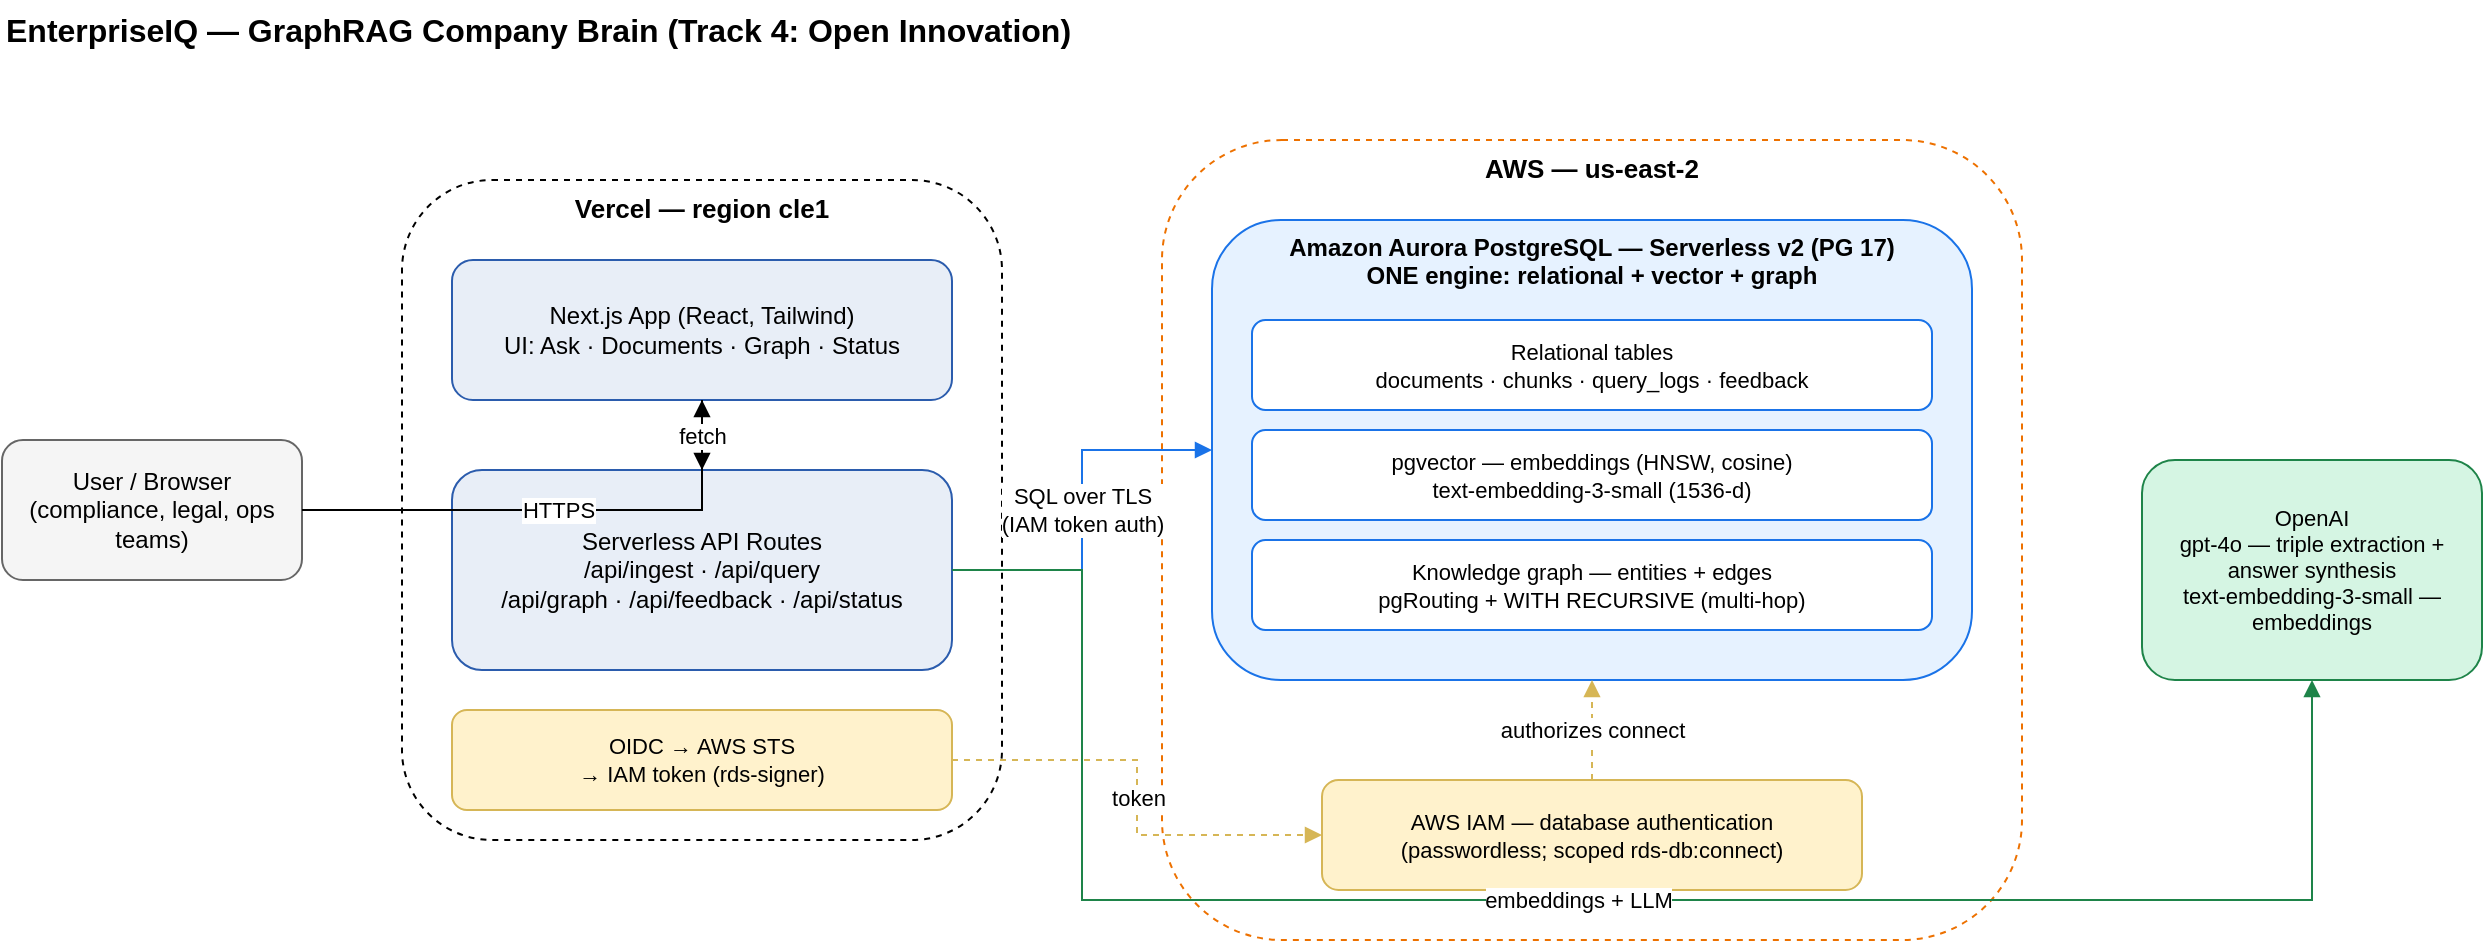
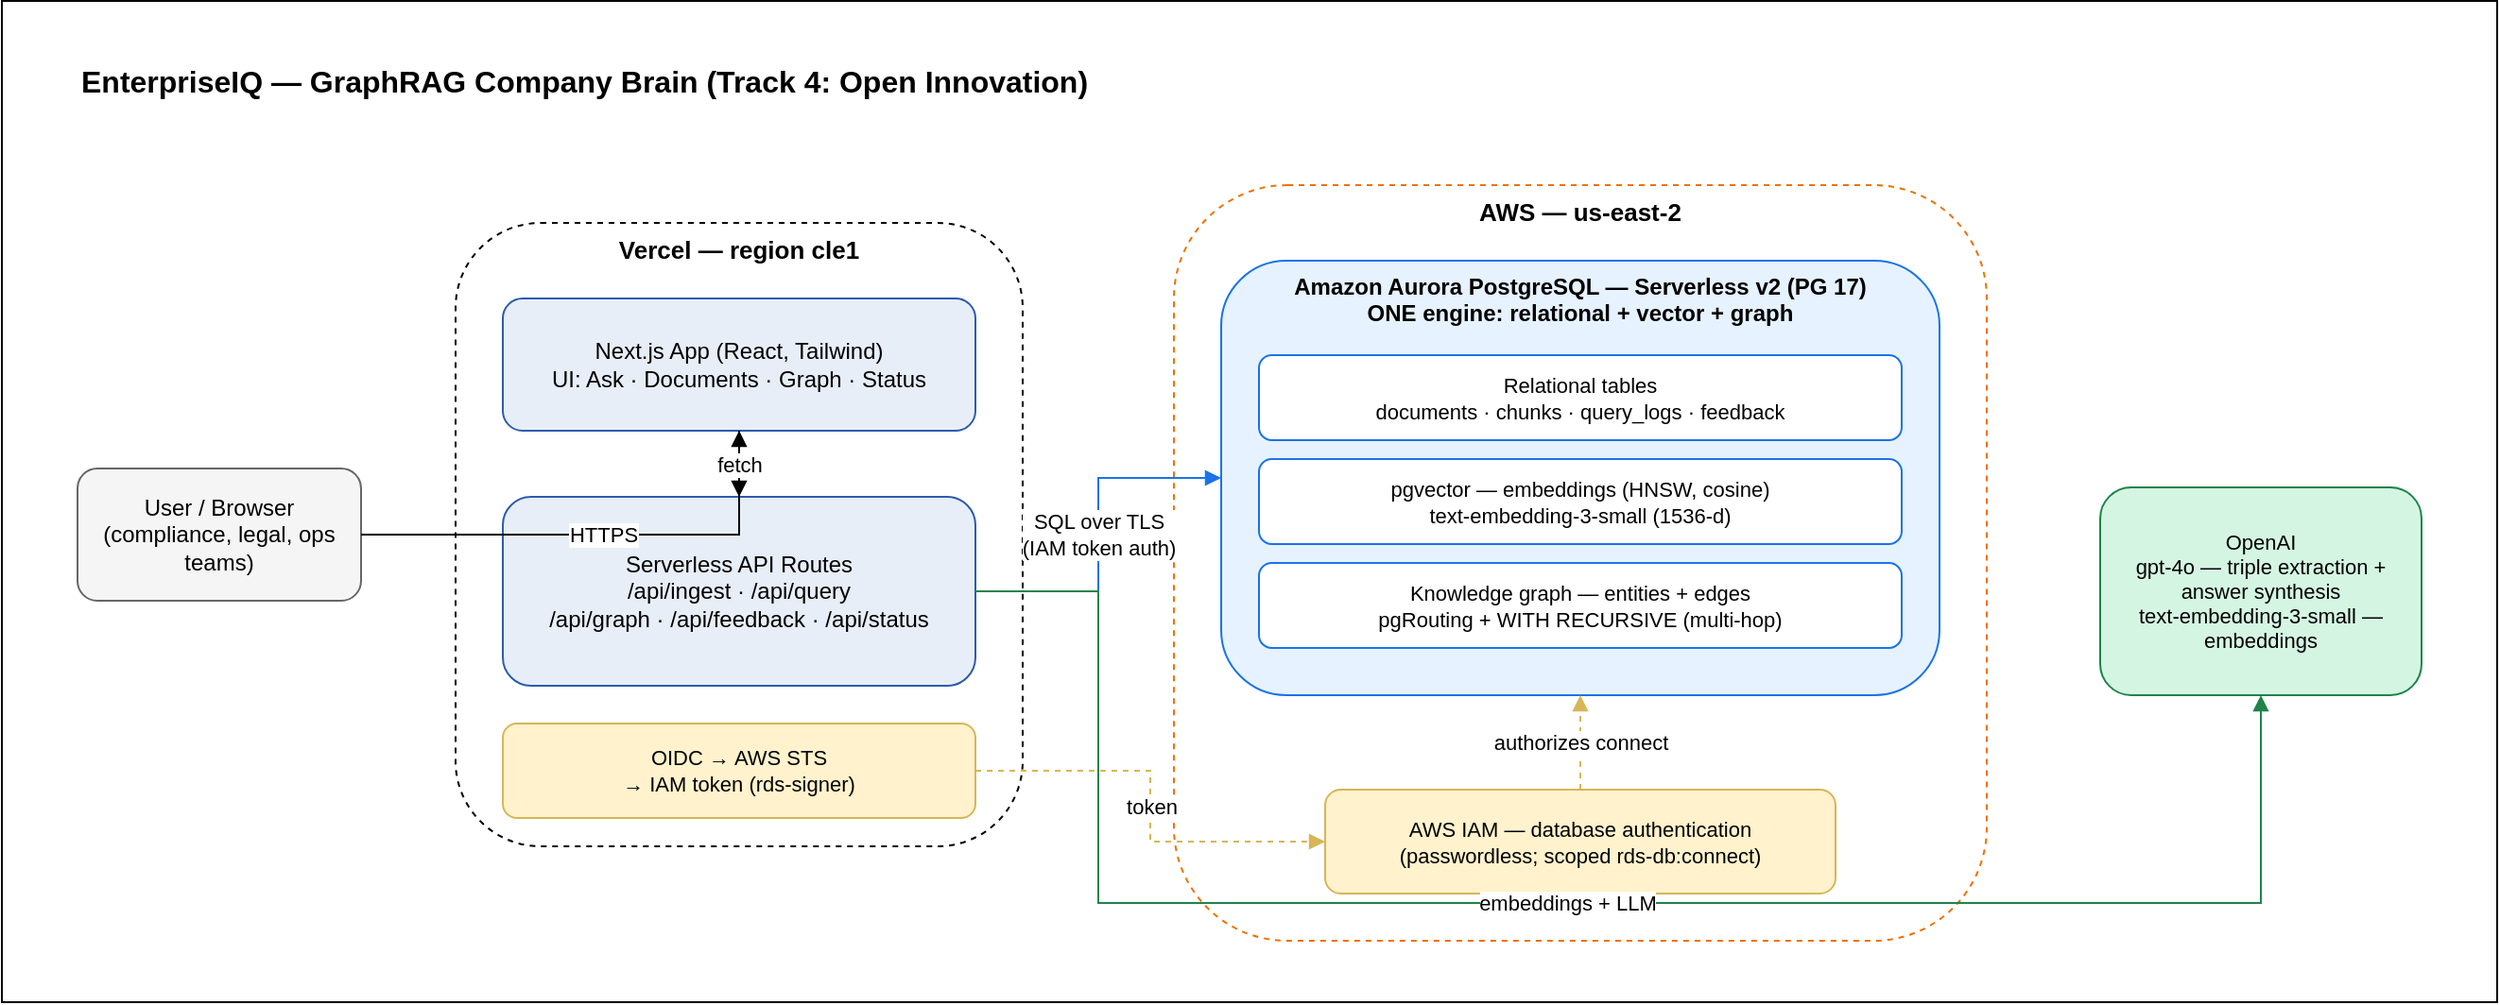
- <mxfile host="app.diagrams.net" type="device">
-   <diagram name="EnterpriseIQ Architecture" id="enterpriseiq-arch">
-     <mxGraphModel dx="1100" dy="700" grid="1" gridSize="10" guides="1" tooltips="1" connect="1" arrows="1" fold="1" page="1" pageScale="1" pageWidth="1300" pageHeight="560" math="0" shadow="0">
-       <root>
-         <mxCell id="0" />
-         <mxCell id="1" parent="0" />
- 
-         <!-- Title -->
-         <mxCell id="title" value="EnterpriseIQ — GraphRAG Company Brain (Track 4: Open Innovation)" style="text;html=1;fontSize=16;fontStyle=1;align=left;verticalAlign=middle;" vertex="1" parent="1">
-           <mxGeometry x="40" y="20" width="760" height="30" as="geometry" />
-         </mxCell>
- 
-         <!-- Browser -->
-         <mxCell id="browser" value="User / Browser&#10;(compliance, legal, ops teams)" style="rounded=1;whiteSpace=wrap;html=1;fillColor=#f5f5f5;strokeColor=#666666;fontSize=12;" vertex="1" parent="1">
-           <mxGeometry x="40" y="240" width="150" height="70" as="geometry" />
-         </mxCell>
- 
-         <!-- Vercel group -->
-         <mxCell id="vercel" value="Vercel  —  region cle1" style="rounded=1;whiteSpace=wrap;html=1;dashed=1;strokeColor=#000000;fillColor=none;verticalAlign=top;fontStyle=1;fontSize=13;" vertex="1" parent="1">
-           <mxGeometry x="240" y="110" width="300" height="330" as="geometry" />
-         </mxCell>
-         <mxCell id="ui" value="Next.js App (React, Tailwind)&#10;UI: Ask · Documents · Graph · Status" style="rounded=1;whiteSpace=wrap;html=1;fillColor=#e8eef7;strokeColor=#2b5cad;fontSize=12;" vertex="1" parent="1">
-           <mxGeometry x="265" y="150" width="250" height="70" as="geometry" />
-         </mxCell>
-         <mxCell id="api" value="Serverless API Routes&#10;/api/ingest · /api/query&#10;/api/graph · /api/feedback · /api/status" style="rounded=1;whiteSpace=wrap;html=1;fillColor=#e8eef7;strokeColor=#2b5cad;fontSize=12;" vertex="1" parent="1">
-           <mxGeometry x="265" y="255" width="250" height="100" as="geometry" />
-         </mxCell>
-         <mxCell id="oidc" value="OIDC → AWS STS&#10;→ IAM token (rds-signer)" style="rounded=1;whiteSpace=wrap;html=1;fillColor=#fff2cc;strokeColor=#d6b656;fontSize=11;" vertex="1" parent="1">
-           <mxGeometry x="265" y="375" width="250" height="50" as="geometry" />
-         </mxCell>
- 
-         <!-- AWS group -->
-         <mxCell id="aws" value="AWS  —  us-east-2" style="rounded=1;whiteSpace=wrap;html=1;dashed=1;strokeColor=#ED7100;fillColor=none;verticalAlign=top;fontStyle=1;fontSize=13;" vertex="1" parent="1">
-           <mxGeometry x="620" y="90" width="430" height="400" as="geometry" />
-         </mxCell>
- 
-         <!-- Aurora -->
-         <mxCell id="aurora" value="Amazon Aurora PostgreSQL — Serverless v2 (PG 17)&#10;ONE engine: relational + vector + graph" style="rounded=1;whiteSpace=wrap;html=1;fillColor=#e6f2ff;strokeColor=#1a73e8;verticalAlign=top;fontStyle=1;fontSize=12;" vertex="1" parent="1">
-           <mxGeometry x="645" y="130" width="380" height="230" as="geometry" />
-         </mxCell>
-         <mxCell id="rel" value="Relational tables&#10;documents · chunks · query_logs · feedback" style="rounded=1;whiteSpace=wrap;html=1;fillColor=#ffffff;strokeColor=#1a73e8;fontSize=11;" vertex="1" parent="1">
-           <mxGeometry x="665" y="180" width="340" height="45" as="geometry" />
-         </mxCell>
-         <mxCell id="vec" value="pgvector — embeddings (HNSW, cosine)&#10;text-embedding-3-small (1536-d)" style="rounded=1;whiteSpace=wrap;html=1;fillColor=#ffffff;strokeColor=#1a73e8;fontSize=11;" vertex="1" parent="1">
-           <mxGeometry x="665" y="235" width="340" height="45" as="geometry" />
-         </mxCell>
-         <mxCell id="graph" value="Knowledge graph — entities + edges&#10;pgRouting + WITH RECURSIVE (multi-hop)" style="rounded=1;whiteSpace=wrap;html=1;fillColor=#ffffff;strokeColor=#1a73e8;fontSize=11;" vertex="1" parent="1">
-           <mxGeometry x="665" y="290" width="340" height="45" as="geometry" />
-         </mxCell>
- 
-         <!-- IAM -->
-         <mxCell id="iam" value="AWS IAM — database authentication&#10;(passwordless; scoped rds-db:connect)" style="rounded=1;whiteSpace=wrap;html=1;fillColor=#fff2cc;strokeColor=#d6b656;fontSize=11;" vertex="1" parent="1">
-           <mxGeometry x="700" y="410" width="270" height="55" as="geometry" />
-         </mxCell>
- 
-         <!-- OpenAI external -->
-         <mxCell id="openai" value="OpenAI&#10;gpt-4o — triple extraction + answer synthesis&#10;text-embedding-3-small — embeddings" style="rounded=1;whiteSpace=wrap;html=1;fillColor=#d5f5e3;strokeColor=#1e8449;fontSize=11;" vertex="1" parent="1">
-           <mxGeometry x="1110" y="250" width="170" height="110" as="geometry" />
-         </mxCell>
- 
-         <!-- Edges -->
-         <mxCell id="e1" value="HTTPS" style="endArrow=block;html=1;edgeStyle=orthogonalEdgeStyle;rounded=0;fontSize=11;" edge="1" parent="1" source="browser" target="ui">
-           <mxGeometry relative="1" as="geometry" />
-         </mxCell>
-         <mxCell id="e2" value="fetch" style="endArrow=block;html=1;rounded=0;fontSize=11;" edge="1" parent="1" source="ui" target="api">
-           <mxGeometry relative="1" as="geometry" />
-         </mxCell>
-         <mxCell id="e3" value="SQL over TLS&#10;(IAM token auth)" style="endArrow=block;html=1;edgeStyle=orthogonalEdgeStyle;rounded=0;fontSize=11;strokeColor=#1a73e8;" edge="1" parent="1" source="api" target="aurora">
-           <mxGeometry relative="1" as="geometry" />
-         </mxCell>
-         <mxCell id="e4" value="embeddings + LLM" style="endArrow=block;html=1;edgeStyle=orthogonalEdgeStyle;rounded=0;fontSize=11;strokeColor=#1e8449;" edge="1" parent="1" source="api" target="openai">
-           <mxGeometry relative="1" as="geometry">
-             <Array as="points">
-               <mxPoint x="580" y="470" />
-               <mxPoint x="1195" y="470" />
-             </Array>
-           </mxGeometry>
-         </mxCell>
-         <mxCell id="e5" value="token" style="endArrow=block;html=1;dashed=1;edgeStyle=orthogonalEdgeStyle;rounded=0;fontSize=11;strokeColor=#d6b656;" edge="1" parent="1" source="oidc" target="iam">
-           <mxGeometry relative="1" as="geometry" />
-         </mxCell>
-         <mxCell id="e6" value="authorizes connect" style="endArrow=block;html=1;dashed=1;edgeStyle=orthogonalEdgeStyle;rounded=0;fontSize=11;strokeColor=#d6b656;" edge="1" parent="1" source="iam" target="aurora">
-           <mxGeometry relative="1" as="geometry" />
-         </mxCell>
-       </root>
-     </mxGraphModel>
-   </diagram>
- </mxfile>
+ <mxfile host="65bd71144e">
+     <diagram name="EnterpriseIQ Architecture" id="enterpriseiq-arch">
+         <mxGraphModel dx="1643" dy="1494" grid="1" gridSize="10" guides="1" tooltips="1" connect="1" arrows="1" fold="1" page="1" pageScale="1" pageWidth="1300" pageHeight="560" math="0" shadow="0">
+             <root>
+                 <mxCell id="0"/>
+                 <mxCell id="1" parent="0"/>
+                 <mxCell id="2" value="" style="rounded=0;whiteSpace=wrap;html=1;" vertex="1" parent="1">
+                     <mxGeometry y="-7.5" width="1320" height="530" as="geometry"/>
+                 </mxCell>
+                 <mxCell id="title" value="EnterpriseIQ — GraphRAG Company Brain (Track 4: Open Innovation)" style="text;html=1;fontSize=16;fontStyle=1;align=left;verticalAlign=middle;" parent="1" vertex="1">
+                     <mxGeometry x="40" y="20" width="760" height="30" as="geometry"/>
+                 </mxCell>
+                 <mxCell id="browser" value="User / Browser&#xa;(compliance, legal, ops teams)" style="rounded=1;whiteSpace=wrap;html=1;fillColor=#f5f5f5;strokeColor=#666666;fontSize=12;" parent="1" vertex="1">
+                     <mxGeometry x="40" y="240" width="150" height="70" as="geometry"/>
+                 </mxCell>
+                 <mxCell id="vercel" value="Vercel  —  region cle1" style="rounded=1;whiteSpace=wrap;html=1;dashed=1;strokeColor=#000000;fillColor=none;verticalAlign=top;fontStyle=1;fontSize=13;" parent="1" vertex="1">
+                     <mxGeometry x="240" y="110" width="300" height="330" as="geometry"/>
+                 </mxCell>
+                 <mxCell id="ui" value="Next.js App (React, Tailwind)&#xa;UI: Ask · Documents · Graph · Status" style="rounded=1;whiteSpace=wrap;html=1;fillColor=#e8eef7;strokeColor=#2b5cad;fontSize=12;" parent="1" vertex="1">
+                     <mxGeometry x="265" y="150" width="250" height="70" as="geometry"/>
+                 </mxCell>
+                 <mxCell id="api" value="Serverless API Routes&#xa;/api/ingest · /api/query&#xa;/api/graph · /api/feedback · /api/status" style="rounded=1;whiteSpace=wrap;html=1;fillColor=#e8eef7;strokeColor=#2b5cad;fontSize=12;" parent="1" vertex="1">
+                     <mxGeometry x="265" y="255" width="250" height="100" as="geometry"/>
+                 </mxCell>
+                 <mxCell id="oidc" value="OIDC → AWS STS&#xa;→ IAM token (rds-signer)" style="rounded=1;whiteSpace=wrap;html=1;fillColor=#fff2cc;strokeColor=#d6b656;fontSize=11;" parent="1" vertex="1">
+                     <mxGeometry x="265" y="375" width="250" height="50" as="geometry"/>
+                 </mxCell>
+                 <mxCell id="aws" value="AWS  —  us-east-2" style="rounded=1;whiteSpace=wrap;html=1;dashed=1;strokeColor=#ED7100;fillColor=none;verticalAlign=top;fontStyle=1;fontSize=13;" parent="1" vertex="1">
+                     <mxGeometry x="620" y="90" width="430" height="400" as="geometry"/>
+                 </mxCell>
+                 <mxCell id="aurora" value="Amazon Aurora PostgreSQL — Serverless v2 (PG 17)&#xa;ONE engine: relational + vector + graph" style="rounded=1;whiteSpace=wrap;html=1;fillColor=#e6f2ff;strokeColor=#1a73e8;verticalAlign=top;fontStyle=1;fontSize=12;" parent="1" vertex="1">
+                     <mxGeometry x="645" y="130" width="380" height="230" as="geometry"/>
+                 </mxCell>
+                 <mxCell id="rel" value="Relational tables&#xa;documents · chunks · query_logs · feedback" style="rounded=1;whiteSpace=wrap;html=1;fillColor=#ffffff;strokeColor=#1a73e8;fontSize=11;" parent="1" vertex="1">
+                     <mxGeometry x="665" y="180" width="340" height="45" as="geometry"/>
+                 </mxCell>
+                 <mxCell id="vec" value="pgvector — embeddings (HNSW, cosine)&#xa;text-embedding-3-small (1536-d)" style="rounded=1;whiteSpace=wrap;html=1;fillColor=#ffffff;strokeColor=#1a73e8;fontSize=11;" parent="1" vertex="1">
+                     <mxGeometry x="665" y="235" width="340" height="45" as="geometry"/>
+                 </mxCell>
+                 <mxCell id="graph" value="Knowledge graph — entities + edges&#xa;pgRouting + WITH RECURSIVE (multi-hop)" style="rounded=1;whiteSpace=wrap;html=1;fillColor=#ffffff;strokeColor=#1a73e8;fontSize=11;" parent="1" vertex="1">
+                     <mxGeometry x="665" y="290" width="340" height="45" as="geometry"/>
+                 </mxCell>
+                 <mxCell id="iam" value="AWS IAM — database authentication&#xa;(passwordless; scoped rds-db:connect)" style="rounded=1;whiteSpace=wrap;html=1;fillColor=#fff2cc;strokeColor=#d6b656;fontSize=11;" parent="1" vertex="1">
+                     <mxGeometry x="700" y="410" width="270" height="55" as="geometry"/>
+                 </mxCell>
+                 <mxCell id="openai" value="OpenAI&#xa;gpt-4o — triple extraction + answer synthesis&#xa;text-embedding-3-small — embeddings" style="rounded=1;whiteSpace=wrap;html=1;fillColor=#d5f5e3;strokeColor=#1e8449;fontSize=11;" parent="1" vertex="1">
+                     <mxGeometry x="1110" y="250" width="170" height="110" as="geometry"/>
+                 </mxCell>
+                 <mxCell id="e1" value="HTTPS" style="endArrow=block;html=1;edgeStyle=orthogonalEdgeStyle;rounded=0;fontSize=11;" parent="1" source="browser" target="ui" edge="1">
+                     <mxGeometry relative="1" as="geometry"/>
+                 </mxCell>
+                 <mxCell id="e2" value="fetch" style="endArrow=block;html=1;rounded=0;fontSize=11;" parent="1" source="ui" target="api" edge="1">
+                     <mxGeometry relative="1" as="geometry"/>
+                 </mxCell>
+                 <mxCell id="e3" value="SQL over TLS&#xa;(IAM token auth)" style="endArrow=block;html=1;edgeStyle=orthogonalEdgeStyle;rounded=0;fontSize=11;strokeColor=#1a73e8;" parent="1" source="api" target="aurora" edge="1">
+                     <mxGeometry relative="1" as="geometry"/>
+                 </mxCell>
+                 <mxCell id="e4" value="embeddings + LLM" style="endArrow=block;html=1;edgeStyle=orthogonalEdgeStyle;rounded=0;fontSize=11;strokeColor=#1e8449;" parent="1" source="api" target="openai" edge="1">
+                     <mxGeometry relative="1" as="geometry">
+                         <Array as="points">
+                             <mxPoint x="580" y="470"/>
+                             <mxPoint x="1195" y="470"/>
+                         </Array>
+                     </mxGeometry>
+                 </mxCell>
+                 <mxCell id="e5" value="token" style="endArrow=block;html=1;dashed=1;edgeStyle=orthogonalEdgeStyle;rounded=0;fontSize=11;strokeColor=#d6b656;" parent="1" source="oidc" target="iam" edge="1">
+                     <mxGeometry relative="1" as="geometry"/>
+                 </mxCell>
+                 <mxCell id="e6" value="authorizes connect" style="endArrow=block;html=1;dashed=1;edgeStyle=orthogonalEdgeStyle;rounded=0;fontSize=11;strokeColor=#d6b656;" parent="1" source="iam" target="aurora" edge="1">
+                     <mxGeometry relative="1" as="geometry"/>
+                 </mxCell>
+             </root>
+         </mxGraphModel>
+     </diagram>
+ </mxfile>